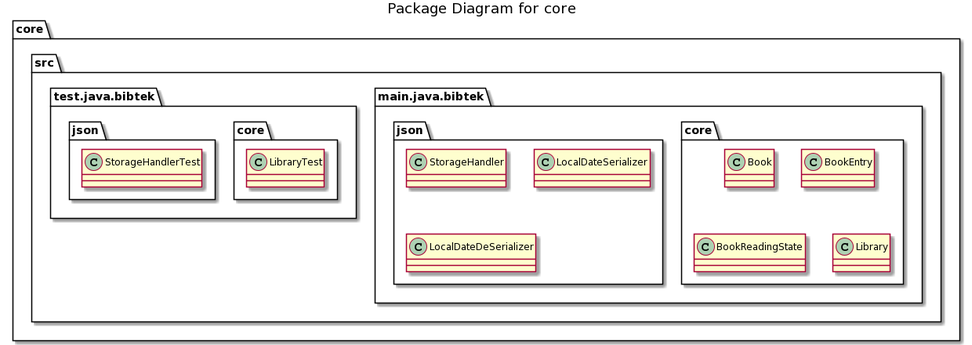
Earlier version of the PlantUML export bibtek/core/corePackageDiagram.png (Mathiazom/bibtek). The source it was exported from:
```plantuml
@startuml
title Package Diagram for core
namespace core {
    namespace src {
        namespace main.java.bibtek {
            namespace core {
                class Book
                class BookEntry
                class BookReadingState
                class Library
            }
            namespace json {
                class StorageHandler
                class LocalDateSerializer
                class LocalDateDeSerializer
            }
        }
        namespace test.java.bibtek {
            namespace core {
                class LibraryTest
            }
            namespace json {
                class StorageHandlerTest
            }
        }
    }
}
@enduml
```
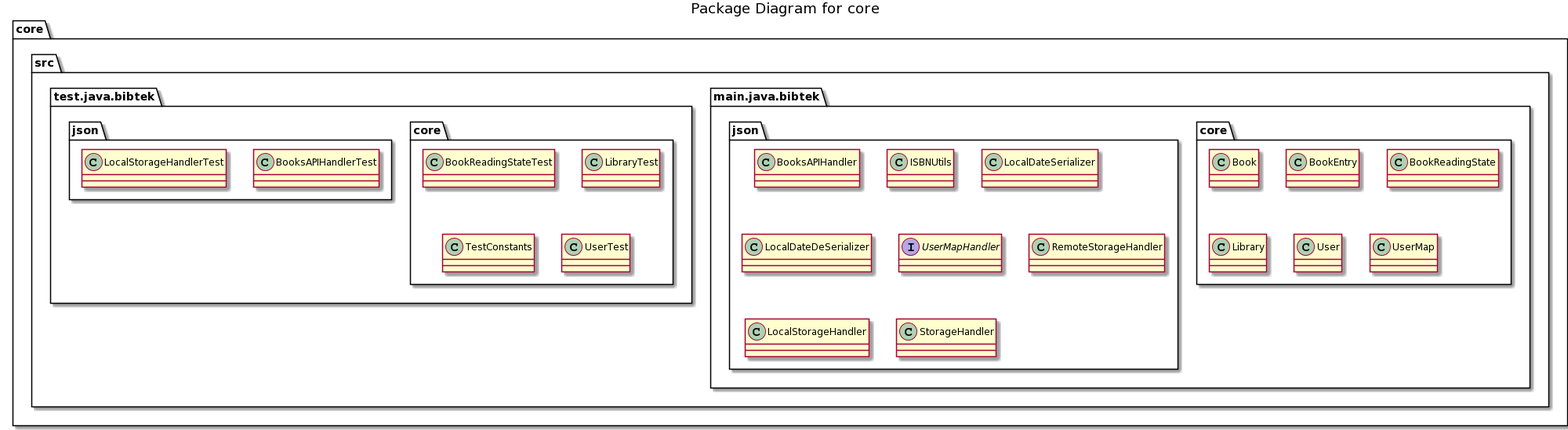
After the commit.

Commit message:
Update class and package diagrams

Change to the diagram source:
```diff
@@ -8,19 +8,31 @@
                 class BookEntry
                 class BookReadingState
                 class Library
+                class User
+                class UserMap
             }
             namespace json {
-                class StorageHandler
+                class BooksAPIHandler
+                class ISBNUtils
                 class LocalDateSerializer
                 class LocalDateDeSerializer
+                interface UserMapHandler
+                class RemoteStorageHandler
+                class LocalStorageHandler
+                class StorageHandler
             }
         }
         namespace test.java.bibtek {
             namespace core {
+                class BookReadingStateTest
                 class LibraryTest
+                class TestConstants
+                class UserTest
+
             }
             namespace json {
-                class StorageHandlerTest
+            class BooksAPIHandlerTest
+                class LocalStorageHandlerTest
             }
         }
     }
```
